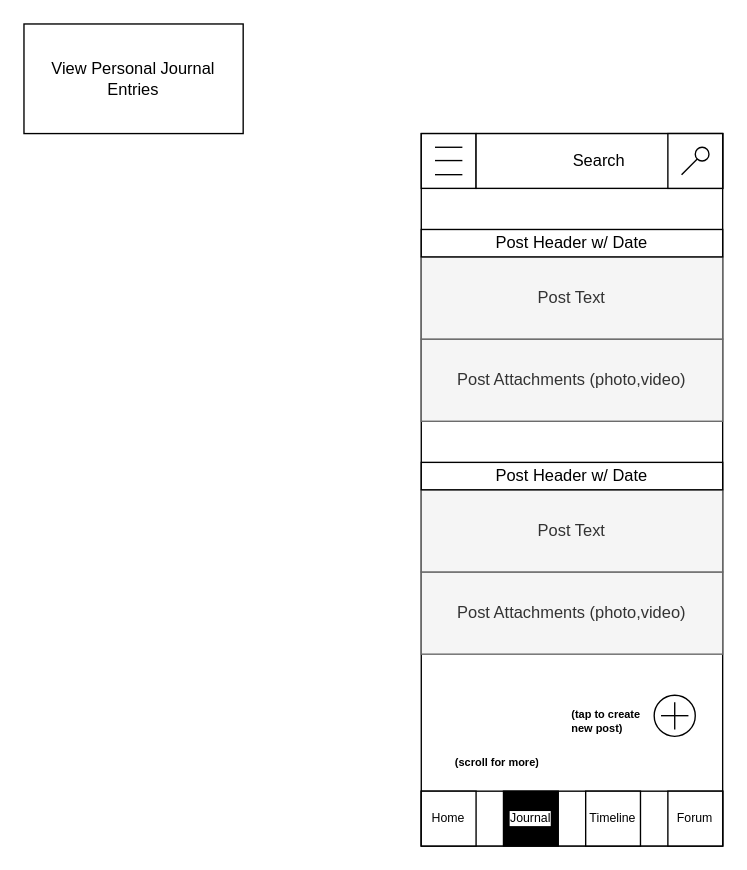
Vaibhav-G-Parmar/Chronicle-Your-Ultimate-Travel-Companion keeps this draw.io diagram as page "ViewJournal" (5 of 15) of Chronicle_Initial_App_Wireframe_Designs.drawio. Above is the earlier version. Source tidied: cells renumbered, new cells numbered last; positions are measured from the earlier drawing's top-left corner, leaving out a move shared by most shapes. Both pictures are drawn from the tidied source at 137%, with x=0, y=0 at pixel (23, 23).
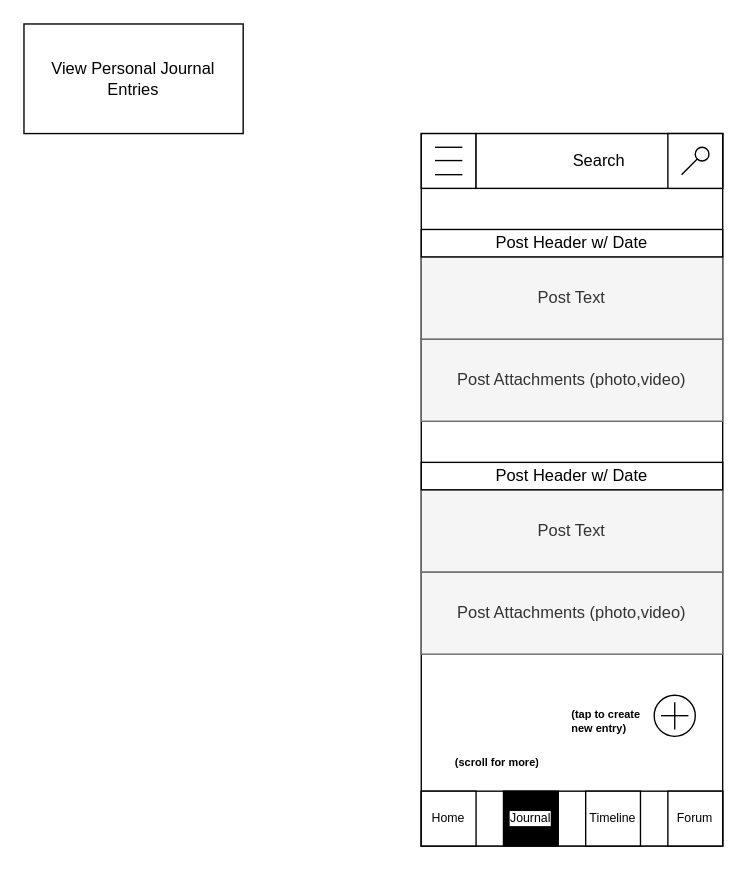
The same diagram, later.

Change to the diagram source:
```diff
@@
-    <mxCell id="26" value="&lt;h1 style=&quot;font-size: 8px;&quot;&gt;(tap to create new post)&lt;/h1&gt;" style="text;html=1;strokeColor=none;fillColor=none;spacing=5;spacingTop=0;whiteSpace=wrap;overflow=hidden;rounded=0;fontSize=8;" parent="1" vertex="1">
+    <mxCell id="26" value="&lt;h1 style=&quot;font-size: 8px;&quot;&gt;(tap to create new entry)&lt;/h1&gt;" style="text;html=1;strokeColor=none;fillColor=none;spacing=5;spacingTop=0;whiteSpace=wrap;overflow=hidden;rounded=0;fontSize=8;" parent="1" vertex="1">
       <mxGeometry x="395" y="485" width="70" height="40" as="geometry" />
     </mxCell>
```
